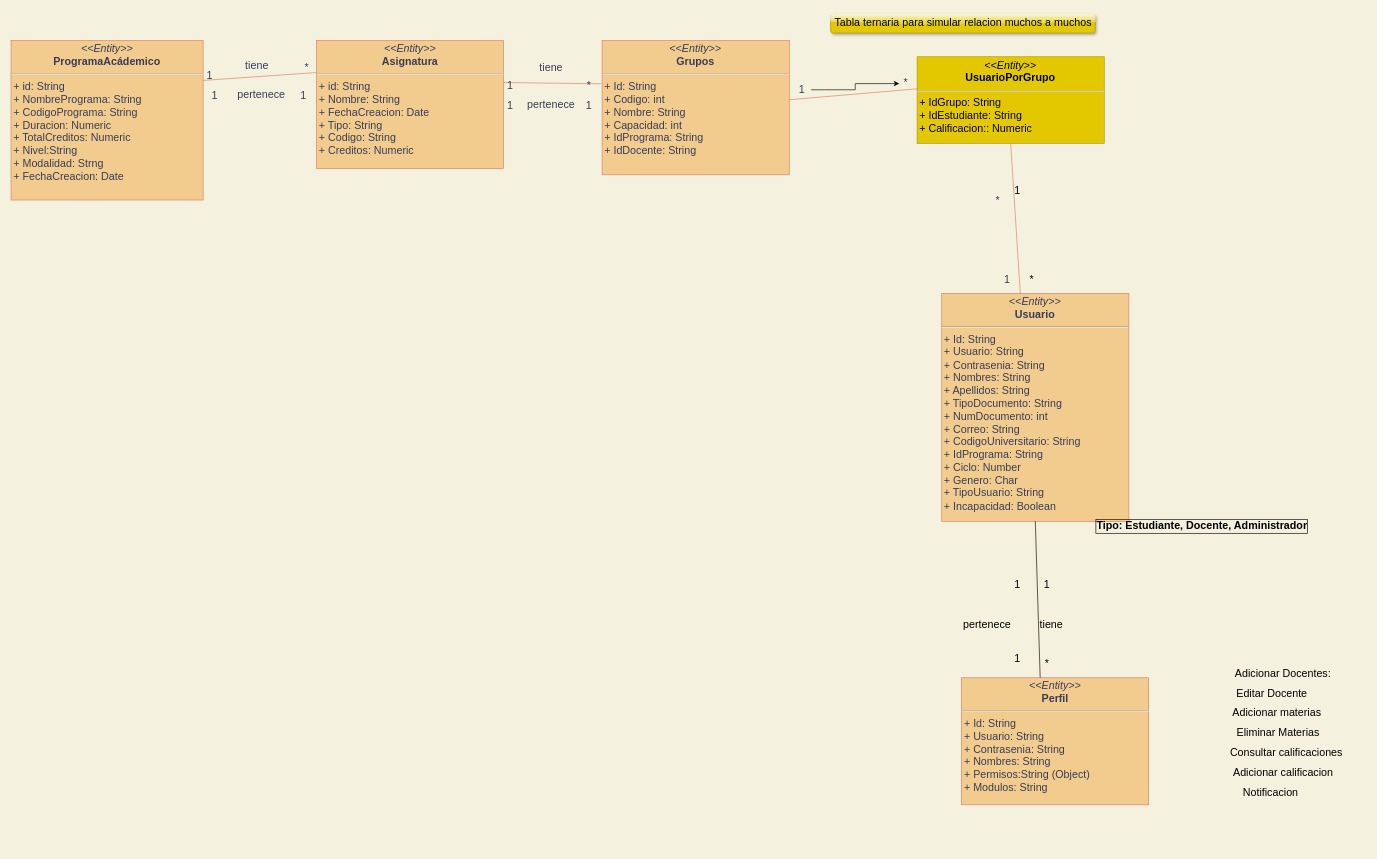
The draw.io diagram Diagramas/Diagrama de Entidades.drawio in williamvargas7/EduFree-Eq2, before the edit. Source tidied: cells renumbered, new cells numbered last; positions are measured from the earlier drawing's top-left corner, leaving out a move shared by most shapes. Both pictures are drawn from the tidied source at 63%, with x=0, y=0 at pixel (11, 11).
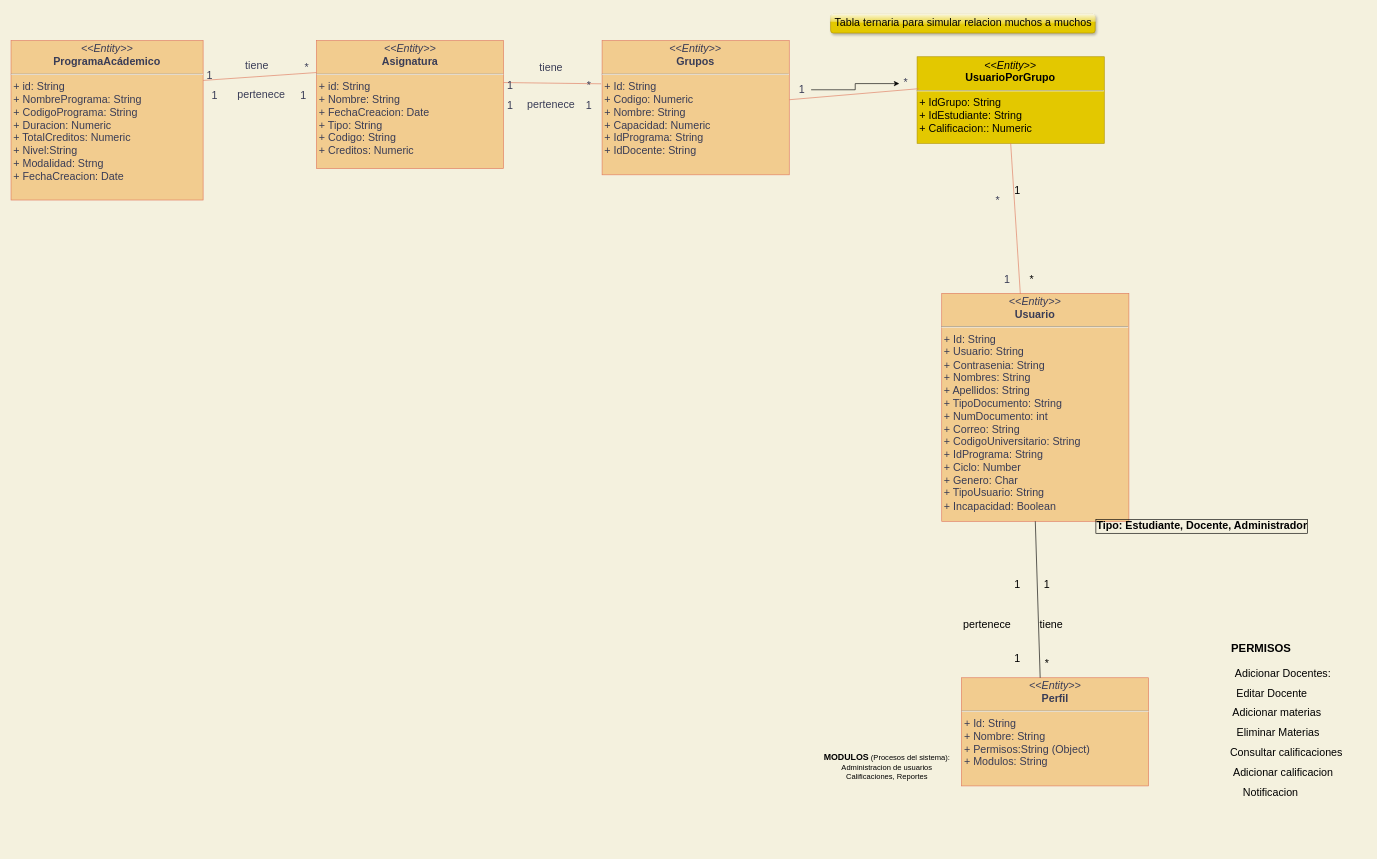
The same page after the edit.

Commit message:
Actualizacion Modelo Perfil

Unchanged cells that the change refers to:
```xml
<mxCell id="2" style="group;fontSize=17;" parent="1" vertex="1">
  <mxGeometry width="2150" height="1330" as="geometry" />
</mxCell>
```

The edit, as a diff of the source:
```diff
@@
-    <mxCell id="3" value="&lt;p style=&quot;margin: 4px 0px 0px ; text-align: center ; font-size: 17px&quot;&gt;&lt;i style=&quot;font-size: 17px&quot;&gt;&amp;lt;&amp;lt;Entity&amp;gt;&amp;gt;&lt;/i&gt;&lt;br style=&quot;font-size: 17px&quot;&gt;&lt;b style=&quot;font-size: 17px&quot;&gt;Perfil&lt;/b&gt;&lt;/p&gt;&lt;hr style=&quot;font-size: 17px&quot;&gt;&lt;p style=&quot;margin: 0px 0px 0px 4px ; font-size: 17px&quot;&gt;&lt;span style=&quot;text-align: center ; font-size: 17px&quot;&gt;+ Id: String&lt;/span&gt;&lt;br style=&quot;text-align: center ; font-size: 17px&quot;&gt;&lt;span style=&quot;text-align: center ; font-size: 17px&quot;&gt;+ Usuario: String&lt;/span&gt;&lt;br style=&quot;text-align: center ; font-size: 17px&quot;&gt;&lt;span style=&quot;text-align: center ; font-size: 17px&quot;&gt;+ Contrasenia: String&lt;/span&gt;&lt;br style=&quot;text-align: center ; font-size: 17px&quot;&gt;&lt;span style=&quot;text-align: center ; font-size: 17px&quot;&gt;+ Nombres: String&lt;/span&gt;&lt;/p&gt;&lt;p style=&quot;margin: 0px 0px 0px 4px ; font-size: 17px&quot;&gt;&lt;span style=&quot;text-align: center ; font-size: 17px&quot;&gt;+ Permisos:String (Object)&lt;/span&gt;&lt;/p&gt;&lt;p style=&quot;margin: 0px 0px 0px 4px ; font-size: 17px&quot;&gt;&lt;span style=&quot;text-align: center ; font-size: 17px&quot;&gt;+ Modulos: String&lt;/span&gt;&lt;/p&gt;" style="verticalAlign=top;align=left;overflow=fill;fontSize=17;fontFamily=Helvetica;html=1;fillColor=#F2CC8F;strokeColor=#E07A5F;fontColor=#393C56;" parent="2" vertex="1">
-      <mxGeometry x="1508.5" y="1058.3" width="297.1" height="201.7" as="geometry" />
+    <mxCell id="3" value="&lt;p style=&quot;margin: 4px 0px 0px ; text-align: center ; font-size: 17px&quot;&gt;&lt;i style=&quot;font-size: 17px&quot;&gt;&amp;lt;&amp;lt;Entity&amp;gt;&amp;gt;&lt;/i&gt;&lt;br style=&quot;font-size: 17px&quot;&gt;&lt;b style=&quot;font-size: 17px&quot;&gt;Perfil&lt;/b&gt;&lt;/p&gt;&lt;hr style=&quot;font-size: 17px&quot;&gt;&lt;p style=&quot;margin: 0px 0px 0px 4px ; font-size: 17px&quot;&gt;&lt;span style=&quot;text-align: center ; font-size: 17px&quot;&gt;+ Id: String&lt;/span&gt;&lt;br style=&quot;text-align: center ; font-size: 17px&quot;&gt;&lt;span style=&quot;text-align: center ; font-size: 17px&quot;&gt;+ Nombre: String&lt;/span&gt;&lt;/p&gt;&lt;p style=&quot;margin: 0px 0px 0px 4px ; font-size: 17px&quot;&gt;&lt;span style=&quot;text-align: center ; font-size: 17px&quot;&gt;+ Permisos:String (Object)&lt;/span&gt;&lt;/p&gt;&lt;p style=&quot;margin: 0px 0px 0px 4px ; font-size: 17px&quot;&gt;&lt;span style=&quot;text-align: center ; font-size: 17px&quot;&gt;+ Modulos: String&lt;/span&gt;&lt;/p&gt;" style="verticalAlign=top;align=left;overflow=fill;fontSize=17;fontFamily=Helvetica;html=1;fillColor=#F2CC8F;strokeColor=#E07A5F;fontColor=#393C56;" parent="2" vertex="1">
+      <mxGeometry x="1508.5" y="1058.3" width="297.1" height="171.7" as="geometry" />
     </mxCell>
@@
-    <mxCell id="6" value="&lt;p style=&quot;margin: 4px 0px 0px ; text-align: center ; font-size: 17px&quot;&gt;&lt;i style=&quot;font-size: 17px&quot;&gt;&amp;lt;&amp;lt;&lt;/i&gt;&lt;i style=&quot;font-size: 17px&quot;&gt;Entity&lt;/i&gt;&lt;i style=&quot;font-size: 17px&quot;&gt;&amp;gt;&amp;gt;&lt;/i&gt;&lt;br style=&quot;font-size: 17px&quot;&gt;&lt;b style=&quot;font-size: 17px&quot;&gt;Grupos&lt;/b&gt;&lt;/p&gt;&lt;hr style=&quot;font-size: 17px&quot;&gt;&lt;p style=&quot;margin: 0px 0px 0px 4px ; font-size: 17px&quot;&gt;&lt;span style=&quot;text-align: center ; font-size: 17px&quot;&gt;+ Id: String&lt;/span&gt;&lt;br style=&quot;text-align: center ; font-size: 17px&quot;&gt;&lt;span style=&quot;text-align: center ; font-size: 17px&quot;&gt;+ Codigo: int&lt;/span&gt;&lt;br style=&quot;text-align: center ; font-size: 17px&quot;&gt;&lt;span style=&quot;text-align: center ; font-size: 17px&quot;&gt;+ Nombre: String&lt;/span&gt;&lt;br style=&quot;text-align: center ; font-size: 17px&quot;&gt;&lt;span style=&quot;text-align: center ; font-size: 17px&quot;&gt;+ Capacidad: int&lt;/span&gt;&lt;br style=&quot;text-align: center ; font-size: 17px&quot;&gt;&lt;span style=&quot;text-align: center ; font-size: 17px&quot;&gt;+ IdPrograma: String&lt;/span&gt;&lt;br style=&quot;text-align: center ; font-size: 17px&quot;&gt;&lt;span style=&quot;text-align: center ; font-size: 17px&quot;&gt;+ IdDocente: String&lt;/span&gt;&lt;br style=&quot;font-size: 17px&quot;&gt;&lt;/p&gt;&lt;p style=&quot;margin: 0px 0px 0px 4px ; font-size: 17px&quot;&gt;&lt;br&gt;&lt;/p&gt;" style="verticalAlign=top;align=left;overflow=fill;fontSize=17;fontFamily=Helvetica;html=1;fillColor=#F2CC8F;strokeColor=#E07A5F;fontColor=#393C56;" parent="2" vertex="1">
+    <mxCell id="6" value="&lt;p style=&quot;margin: 4px 0px 0px ; text-align: center ; font-size: 17px&quot;&gt;&lt;i style=&quot;font-size: 17px&quot;&gt;&amp;lt;&amp;lt;&lt;/i&gt;&lt;i style=&quot;font-size: 17px&quot;&gt;Entity&lt;/i&gt;&lt;i style=&quot;font-size: 17px&quot;&gt;&amp;gt;&amp;gt;&lt;/i&gt;&lt;br style=&quot;font-size: 17px&quot;&gt;&lt;b style=&quot;font-size: 17px&quot;&gt;Grupos&lt;/b&gt;&lt;/p&gt;&lt;hr style=&quot;font-size: 17px&quot;&gt;&lt;p style=&quot;margin: 0px 0px 0px 4px ; font-size: 17px&quot;&gt;&lt;span style=&quot;text-align: center ; font-size: 17px&quot;&gt;+ Id: String&lt;/span&gt;&lt;br style=&quot;text-align: center ; font-size: 17px&quot;&gt;&lt;span style=&quot;text-align: center ; font-size: 17px&quot;&gt;+ Codigo: Numeric&lt;/span&gt;&lt;br style=&quot;text-align: center ; font-size: 17px&quot;&gt;&lt;span style=&quot;text-align: center ; font-size: 17px&quot;&gt;+ Nombre: String&lt;/span&gt;&lt;br style=&quot;text-align: center ; font-size: 17px&quot;&gt;&lt;span style=&quot;text-align: center ; font-size: 17px&quot;&gt;+ Capacidad: Numeric&lt;/span&gt;&lt;br style=&quot;text-align: center ; font-size: 17px&quot;&gt;&lt;span style=&quot;text-align: center ; font-size: 17px&quot;&gt;+ IdPrograma: String&lt;/span&gt;&lt;br style=&quot;text-align: center ; font-size: 17px&quot;&gt;&lt;span style=&quot;text-align: center ; font-size: 17px&quot;&gt;+ IdDocente: String&lt;/span&gt;&lt;br style=&quot;font-size: 17px&quot;&gt;&lt;/p&gt;&lt;p style=&quot;margin: 0px 0px 0px 4px ; font-size: 17px&quot;&gt;&lt;br&gt;&lt;/p&gt;" style="verticalAlign=top;align=left;overflow=fill;fontSize=17;fontFamily=Helvetica;html=1;fillColor=#F2CC8F;strokeColor=#E07A5F;fontColor=#393C56;" parent="2" vertex="1">
       <mxGeometry x="938.2" y="46.9" width="297.1" height="213.1" as="geometry" />
     </mxCell>
@@
+    <mxCell id="48" value="&lt;font color=&quot;#000000&quot; size=&quot;1&quot;&gt;&lt;b style=&quot;font-size: 18px&quot;&gt;PERMISOS&lt;/b&gt;&lt;/font&gt;" style="text;html=1;align=center;verticalAlign=middle;strokeColor=none;" parent="2" vertex="1">
+      <mxGeometry x="1928.6" y="1002.1" width="110" height="20" as="geometry" />
+    </mxCell>
+    <mxCell id="49" value="&lt;font color=&quot;#000000&quot;&gt;&lt;b&gt;&lt;font style=&quot;font-size: 14px&quot;&gt;MODULOS&lt;/font&gt;&lt;/b&gt;&amp;nbsp;(Procesos del sistema): &lt;br&gt;Administracion de usuarios&lt;br&gt;Calificaciones, Reportes&lt;br&gt;&lt;/font&gt;" style="text;html=1;align=center;verticalAlign=middle;strokeColor=none;" parent="2" vertex="1">
+      <mxGeometry x="1280" y="1174.2" width="220" height="50" as="geometry" />
+    </mxCell>
```
